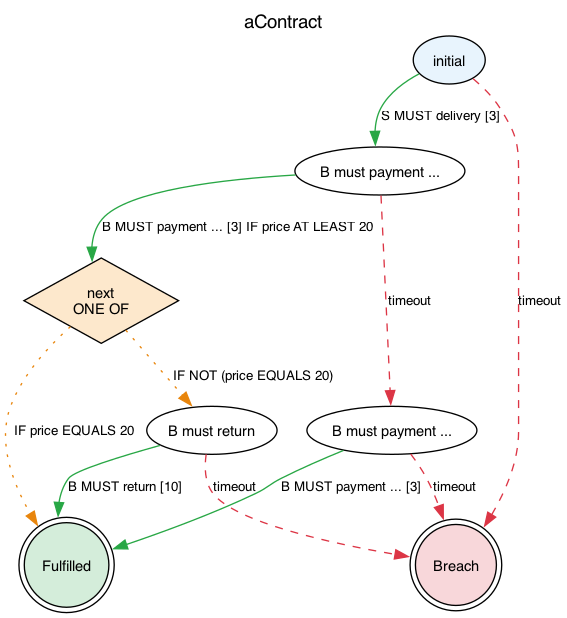
The Graphviz diagram jl4/examples/state-graphs/aContract.png in legalese/l4-ide, before a commit. Its source is kept beside it as jl4/examples/state-graphs/aContract.dot.
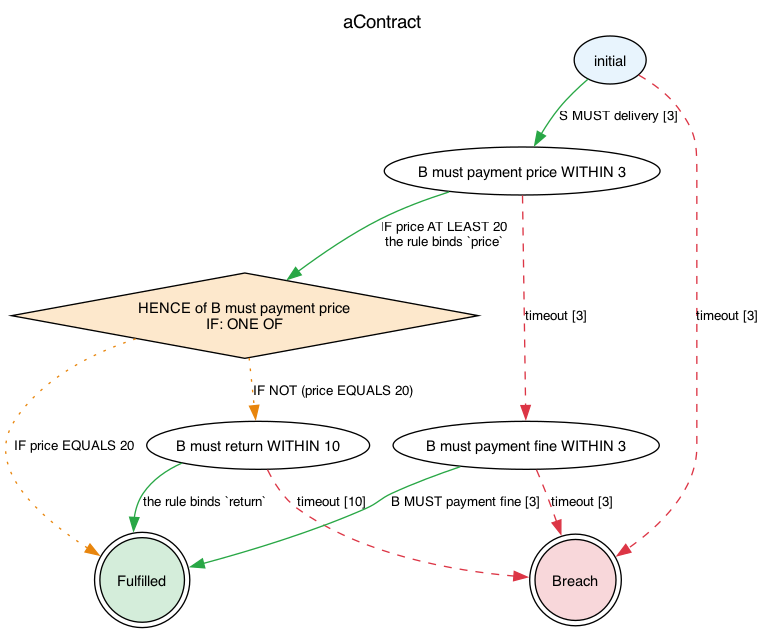
The same file after the commit.

The edit, as a diff of the source:
```diff
@@ -13,12 +13,12 @@
       ,style=filled
       ,shape=ellipse
       ,fillcolor="#e8f4fd"];
-    1 [label="B must payment ..."
+    1 [label="B must payment price WITHIN 3"
       ,fillcolor=white
       ,style=filled
       ,shape=ellipse
       ,fillcolor="#ffffff"];
-    2 [label="next\nONE OF"
+    2 [label="HENCE of B must payment price\nIF: ONE OF"
       ,fillcolor=white
       ,style=filled
       ,shape=diamond
@@ -28,7 +28,7 @@
       ,style=filled
       ,shape=doublecircle
       ,fillcolor="#d4edda"];
-    4 [label="B must return"
+    4 [label="B must return WITHIN 10"
       ,fillcolor=white
       ,style=filled
       ,shape=ellipse
@@ -38,7 +38,7 @@
       ,style=filled
       ,shape=doublecircle
       ,fillcolor="#f8d7da"];
-    6 [label="B must payment ..."
+    6 [label="B must payment fine WITHIN 3"
       ,fillcolor=white
       ,style=filled
       ,shape=ellipse
@@ -46,31 +46,31 @@
     0 -> 1 [label="S MUST delivery [3]"
            ,color="#28a745"
            ,style=solid];
-    0 -> 5 [label=timeout
+    0 -> 5 [label="timeout [3]"
            ,color="#dc3545"
            ,style=dashed];
-    1 -> 2 [label="B MUST payment ... [3] IF price AT LEAST 20"
+    1 -> 2 [label="IF price AT LEAST 20\nthe rule binds `price`"
            ,color="#28a745"
            ,style=solid];
-    1 -> 6 [label=timeout
+    1 -> 6 [label="timeout [3]"
            ,color="#dc3545"
            ,style=dashed];
-    2 -> 3 [label=" IF price EQUALS 20"
+    2 -> 3 [label="IF price EQUALS 20"
            ,color="#e8850c"
            ,style=dotted];
-    2 -> 4 [label=" IF NOT (price EQUALS 20)"
+    2 -> 4 [label="IF NOT (price EQUALS 20)"
            ,color="#e8850c"
            ,style=dotted];
-    4 -> 3 [label="B MUST return [10]"
+    4 -> 3 [label="the rule binds `return`"
            ,color="#28a745"
            ,style=solid];
-    4 -> 5 [label=timeout
+    4 -> 5 [label="timeout [10]"
            ,color="#dc3545"
            ,style=dashed];
-    6 -> 3 [label="B MUST payment ... [3]"
+    6 -> 3 [label="B MUST payment fine [3]"
            ,color="#28a745"
            ,style=solid];
-    6 -> 5 [label=timeout
+    6 -> 5 [label="timeout [3]"
            ,color="#dc3545"
            ,style=dashed];
 }
```
